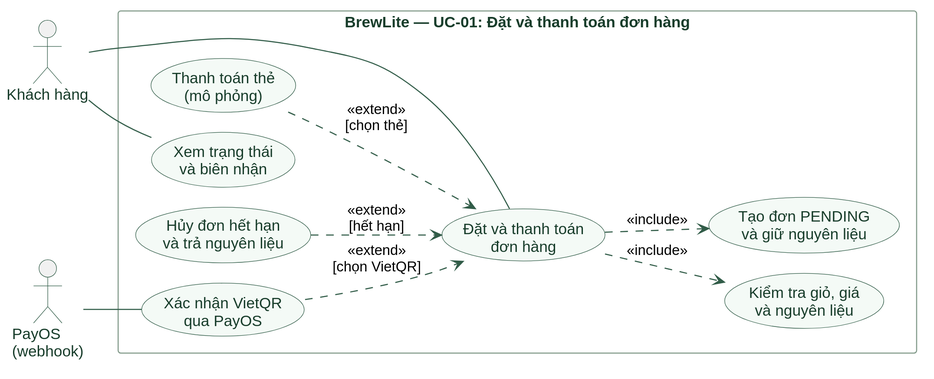
The PlantUML diagram docs/diagrams/uc01-order-checkout.svg in PhucTruong11/brewlite-assignment2, before a commit.
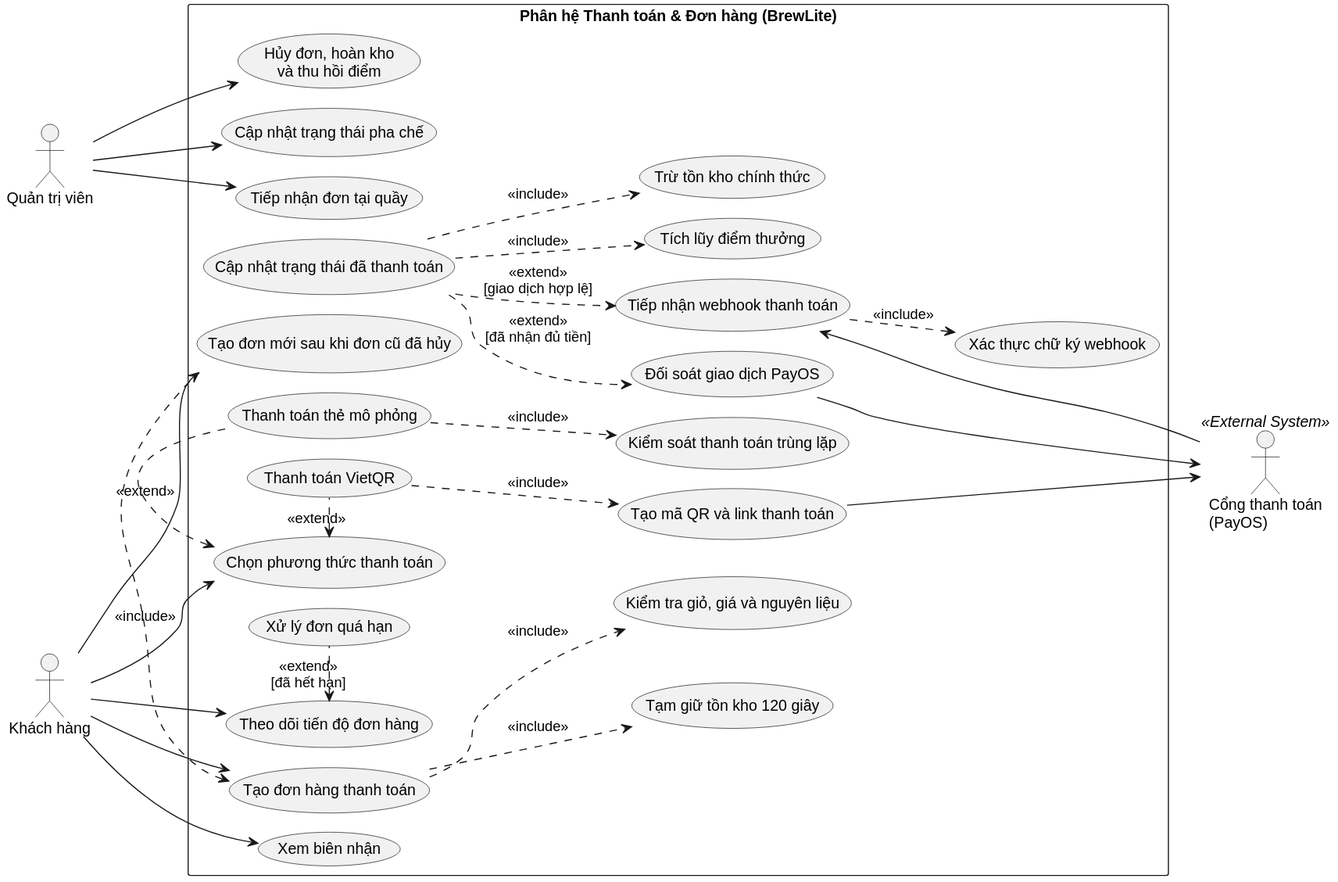
After the change.

The edit, as a diff of the source:
```diff
@@ -1,47 +1,76 @@
 @startuml
 !pragma layout smetana
 left to right direction
-scale 1.8
-
-skinparam backgroundColor white
+skinparam packageStyle rectangle
+skinparam monochrome true
 skinparam shadowing false
 skinparam defaultFontName Arial
-skinparam ArrowColor #315C48
-skinparam actor {
-  FontColor #183D2B
-  BorderColor #315C48
-}
-skinparam usecase {
-  BackgroundColor #F4FAF6
-  BorderColor #315C48
-  FontColor #183D2B
-}
-skinparam rectangle {
-  BackgroundColor white
-  BorderColor #839B8B
-  FontColor #183D2B
+skinparam roundcorner 4
+skinparam nodesep 20
+skinparam ranksep 34
+
+actor "Quản trị viên" as Admin
+actor "Khách hàng" as Customer
+actor "Cổng thanh toán\n(PayOS)" as PaymentGateway <<External System>>
+
+rectangle "Phân hệ Thanh toán & Đơn hàng (BrewLite)" {
+  usecase "Hủy đơn, hoàn kho\nvà thu hồi điểm" as UC_CancelAndRestore
+  usecase "Tiếp nhận đơn tại quầy" as UC_ReceiveOrderPOS
+  usecase "Cập nhật trạng thái pha chế" as UC_UpdateBrewStatus
+
+  usecase "Tiếp nhận webhook thanh toán" as UC_ReceiveWebhook
+  usecase "Xác thực chữ ký webhook" as UC_VerifyHMAC
+  usecase "Đối soát giao dịch PayOS" as UC_Reconcile
+  usecase "Cập nhật trạng thái đã thanh toán" as UC_UpdatePaid
+  usecase "Tích lũy điểm thưởng" as UC_AddLoyalty
+  usecase "Trừ tồn kho chính thức" as UC_DeductInventory
+
+  usecase "Xem biên nhận" as UC_ViewInvoice
+  usecase "Tạo đơn mới sau khi đơn cũ đã hủy" as UC_CreateAgain
+  usecase "Xử lý đơn quá hạn" as UC_AutoCancel
+  usecase "Tạm giữ tồn kho 120 giây" as UC_Reserve120s
+  usecase "Thanh toán thẻ mô phỏng" as UC_PayCard
+  usecase "Thanh toán VietQR" as UC_PayVietQR
+  usecase "Tạo mã QR và link thanh toán" as UC_CreateQRLink
+  usecase "Chọn phương thức thanh toán" as UC_ChoosePayment
+  usecase "Theo dõi tiến độ đơn hàng" as UC_TrackOrder
+  usecase "Tạo đơn hàng thanh toán" as UC_CreateOrder
+  usecase "Kiểm tra giỏ, giá và nguyên liệu" as UC_Validate
+  usecase "Kiểm soát thanh toán trùng lặp" as UC_AntiDuplicate
 }
 
-actor "Khách hàng" as Customer
-actor "PayOS\n(webhook)" as PayOS
+Admin -right-> UC_CancelAndRestore
+Admin -right-> UC_ReceiveOrderPOS
+Admin -right-> UC_UpdateBrewStatus
 
-rectangle "BrewLite — UC-01: Đặt và thanh toán đơn hàng" {
-  usecase "Đặt và thanh toán\nđơn hàng" as UC
-  usecase "Kiểm tra giỏ, giá\nvà nguyên liệu" as Validate
-  usecase "Tạo đơn PENDING\nvà giữ nguyên liệu" as Create
-  usecase "Thanh toán thẻ\n(mô phỏng)" as Card
-  usecase "Xác nhận VietQR\nqua PayOS" as QR
-  usecase "Hủy đơn hết hạn\nvà trả nguyên liệu" as Expire
-  usecase "Xem trạng thái\nvà biên nhận" as Receipt
-}
+Customer -right-> UC_ViewInvoice
+Customer -right-> UC_CreateAgain
+Customer -right-> UC_TrackOrder
+Customer -right-> UC_CreateOrder
+Customer -right-> UC_ChoosePayment
 
-Customer -- UC
-Customer -- Receipt
-PayOS -- QR
+UC_CreateOrder ..> UC_Validate : <<include>>
+UC_CreateOrder ..> UC_Reserve120s : <<include>>
+UC_CreateOrder <.right. UC_CreateAgain : <<include>>
+UC_TrackOrder <.right. UC_AutoCancel : <<extend>>\n[đã hết hạn]
 
-UC ..> Validate : <<include>>
-UC ..> Create : <<include>>
-Card ..> UC : <<extend>>\n[chọn thẻ]
-QR ..> UC : <<extend>>\n[chọn VietQR]
-Expire ..> UC : <<extend>>\n[hết hạn]
+UC_ChoosePayment <.right. UC_PayCard : <<extend>>
+UC_ChoosePayment <.right. UC_PayVietQR : <<extend>>
+UC_PayCard ..> UC_AntiDuplicate : <<include>>
+UC_PayVietQR ..> UC_CreateQRLink : <<include>>
+
+UC_CreateQRLink -right-> PaymentGateway
+UC_Reconcile -right-> PaymentGateway
+UC_ReceiveWebhook <-right- PaymentGateway
+UC_ReceiveWebhook ..> UC_VerifyHMAC : <<include>>
+UC_UpdatePaid ..> UC_ReceiveWebhook : <<extend>>\n[giao dịch hợp lệ]
+UC_UpdatePaid ..> UC_Reconcile : <<extend>>\n[đã nhận đủ tiền]
+UC_UpdatePaid ..> UC_DeductInventory : <<include>>
+UC_UpdatePaid ..> UC_AddLoyalty : <<include>>
+
+Admin -[hidden]-> UC_CreateAgain
+Customer -[hidden]-> UC_ReceiveOrderPOS
+UC_VerifyHMAC -[hidden]-> PaymentGateway
+UC_Validate -[hidden]-> PaymentGateway
+UC_Reserve120s -[hidden]-> PaymentGateway
 @enduml
```
